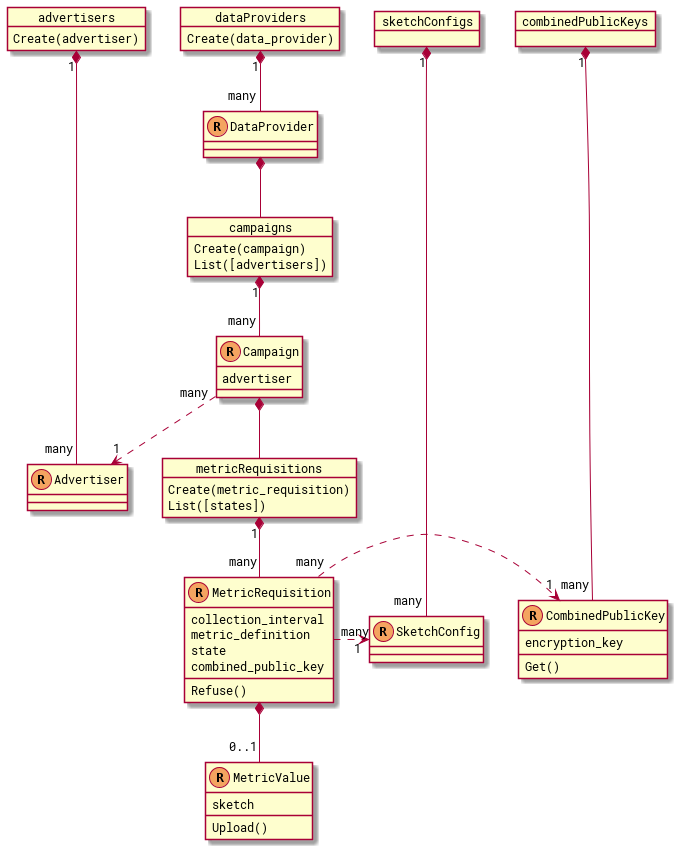
Above: docs/diagrams/api_resources.png in world-federation-of-advertisers/cross-media-measurement (PlantUML), before the change. Its source is kept beside it as docs/diagrams/api_resources.pu.
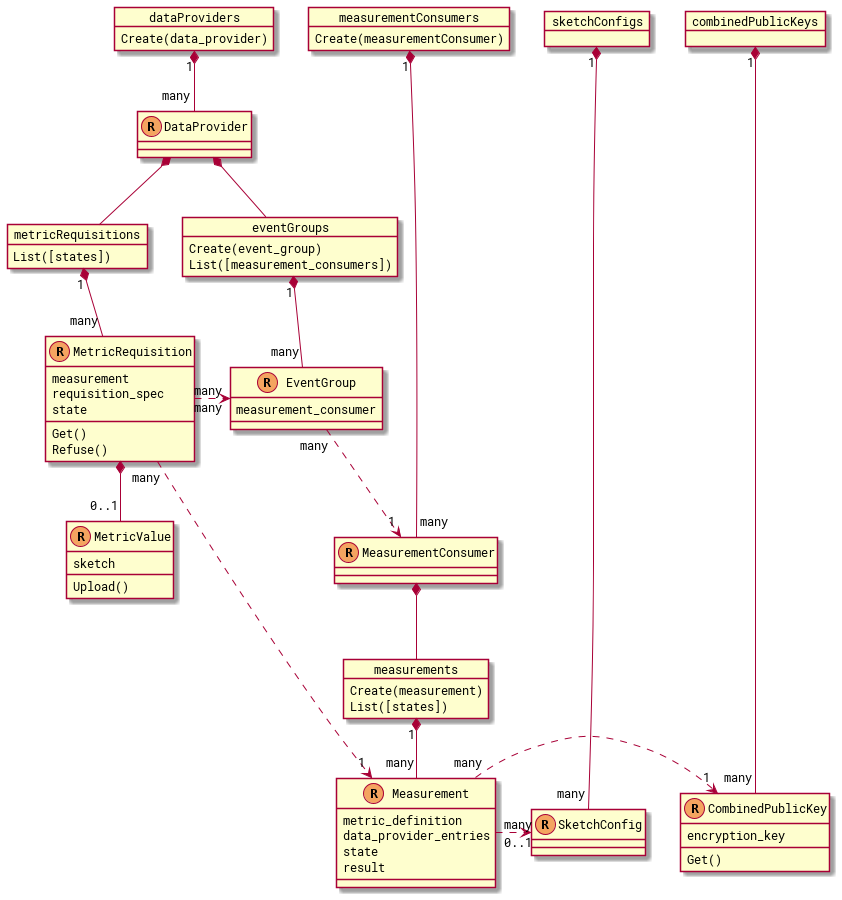
Above is the later version.

What changed in the source:
```diff
@@ -15,7 +15,7 @@
 
 resource(DataProvider) {
 }
-resource(Advertiser) {
+resource(MeasurementConsumer) {
 }
 resource(SketchConfig) {
 }
@@ -23,10 +23,16 @@
   encryption_key
   Get()
 }
+resource(Measurement) {
+  metric_definition
+  data_provider_entries
+  state
+  result
+}
 
 together {
-  collection(advertisers, Advertiser) {
-    Create(advertiser)
+  collection(measurementConsumers, MeasurementConsumer) {
+    Create(measurementConsumer)
   }
   collection(dataProviders, DataProvider) {
     Create(data_provider)
@@ -38,35 +44,42 @@
 }
 
 collection(metricRequisitions, MetricRequisition) {
-  Create(metric_requisition)
   List([states])
 }
-collection(campaigns, Campaign) {
-  Create(campaign)
-  List([advertisers])
+collection(eventGroups, EventGroup) {
+  Create(event_group)
+  List([measurement_consumers])
+}
+collection(measurements, Measurement) {
+  Create(measurement)
+  List([states])
 }
 
 resource(MetricRequisition) {
-  collection_interval
-  metric_definition
+  measurement
+  requisition_spec
   state
-  combined_public_key
+  Get()
   Refuse()
 }
-resource(Campaign) {
-  advertiser
+resource(EventGroup) {
+  measurement_consumer
 }
 resource(MetricValue) {
   sketch
   Upload()
 }
 
-DataProvider *-- campaigns
-Campaign "many" ..> "1" Advertiser
-Campaign *-- metricRequisitions
+DataProvider *-- eventGroups
+DataProvider *-- metricRequisitions
+EventGroup "many" ..> "1" MeasurementConsumer
 
+MetricRequisition "many" .> "many" EventGroup
 MetricRequisition *-- "0..1" MetricValue
-MetricRequisition "many" .> " 1" SketchConfig
-MetricRequisition "many" .> "1" CombinedPublicKey
+MetricRequisition "many" .> "1" Measurement
+
+MeasurementConsumer *-- measurements
+Measurement "many" .> "1" CombinedPublicKey
+Measurement "many" .> "0..1" SketchConfig
 
 @enduml
```
